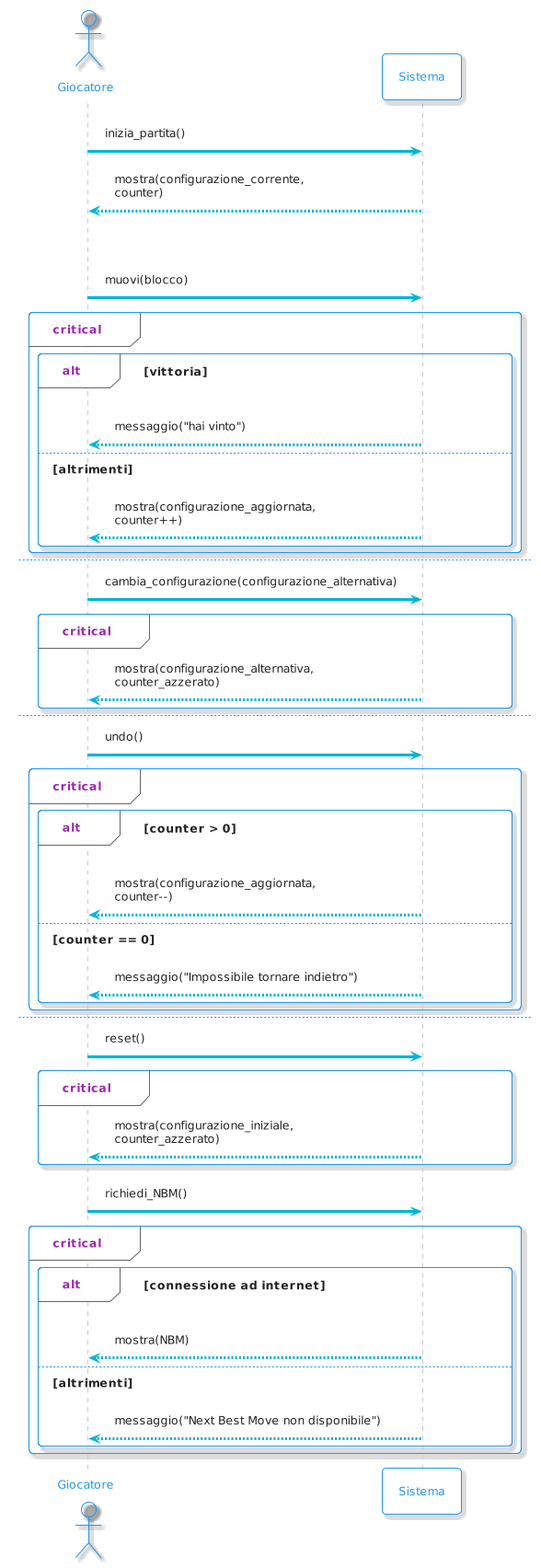
The PlantUML diagram resources/img/diagrams/SystemSequenceDiagram.png in bellins14/klotski_gruppo2, before a commit. The source it was exported from:
```plantuml
@startuml
!theme materia-outline

skinparam ArrowColor #00B4D8

actor Giocatore
participant Sistema

Giocatore -> Sistema: inizia_partita()
Sistema --> Giocatore: mostra(configurazione_corrente,\ncounter)

par
    Giocatore -> Sistema: muovi(blocco)

    critical
      alt vittoria
        Sistema --> Giocatore: messaggio("hai vinto")

      else altrimenti
        Sistema --> Giocatore: mostra(configurazione_aggiornata,\ncounter++)
      end
    end

else
    Giocatore -> Sistema: cambia_configurazione(configurazione_alternativa)

    critical
      Sistema --> Giocatore: mostra(configurazione_alternativa,\ncounter_azzerato)
    end

else
    Giocatore -> Sistema: undo()

    critical
      alt counter > 0
        Sistema --> Giocatore: mostra(configurazione_aggiornata,\ncounter--)

      else counter == 0
        Sistema --> Giocatore: messaggio("Impossibile tornare indietro")
      end
    end

else
    Giocatore -> Sistema: reset()

    critical
      Sistema --> Giocatore: mostra(configurazione_iniziale,\ncounter_azzerato)
    end

else
    Giocatore -> Sistema: richiedi_NBM()

    critical
      alt connessione ad internet
        Sistema --> Giocatore: mostra(NBM)

      else altrimenti
        Sistema --> Giocatore: messaggio("Next Best Move non disponibile")
    end
end
@enduml
```
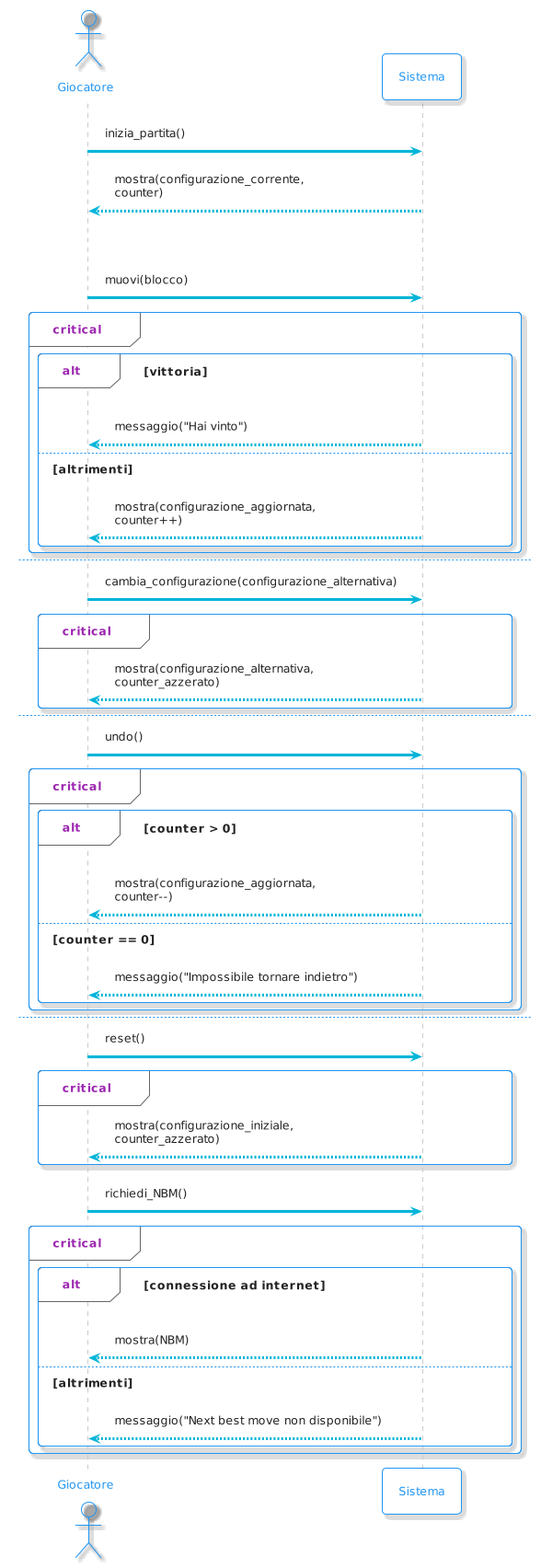
The same file after the commit.

What changed in the source:
```diff
@@ -2,6 +2,7 @@
 !theme materia-outline
 
 skinparam ArrowColor #00B4D8
+skinparam BackgroundColor #FFFFFF
 
 actor Giocatore
 participant Sistema
@@ -14,7 +15,7 @@
 
     critical
       alt vittoria
-        Sistema --> Giocatore: messaggio("hai vinto")
+        Sistema --> Giocatore: messaggio("Hai vinto")
 
       else altrimenti
         Sistema --> Giocatore: mostra(configurazione_aggiornata,\ncounter++)
@@ -55,7 +56,7 @@
         Sistema --> Giocatore: mostra(NBM)
 
       else altrimenti
-        Sistema --> Giocatore: messaggio("Next Best Move non disponibile")
+        Sistema --> Giocatore: messaggio("Next best move non disponibile")
     end
 end
 @enduml
```
